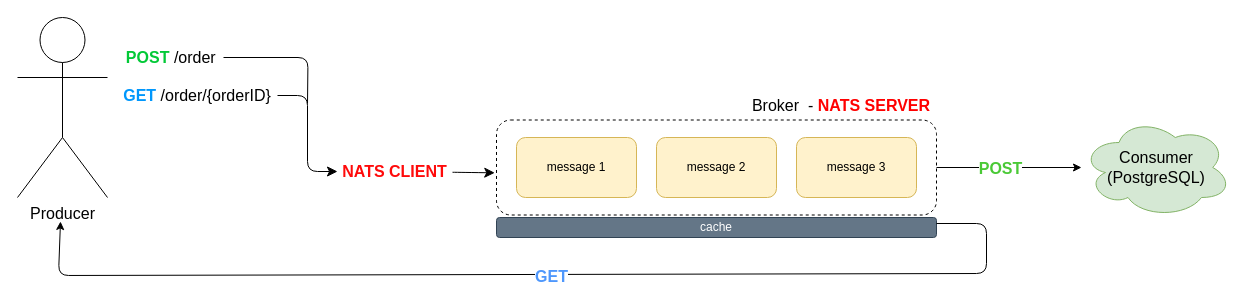
Above: docs/schema.drawio in sonochiwa/wb-level-0 (draw.io), before the change. Source tidied: cells renumbered, new cells numbered last; positions are measured from the earlier drawing's top-left corner, leaving out a move shared by most shapes. Both pictures are drawn from the tidied source at 100%, with x=0, y=0 at pixel (17, 17).
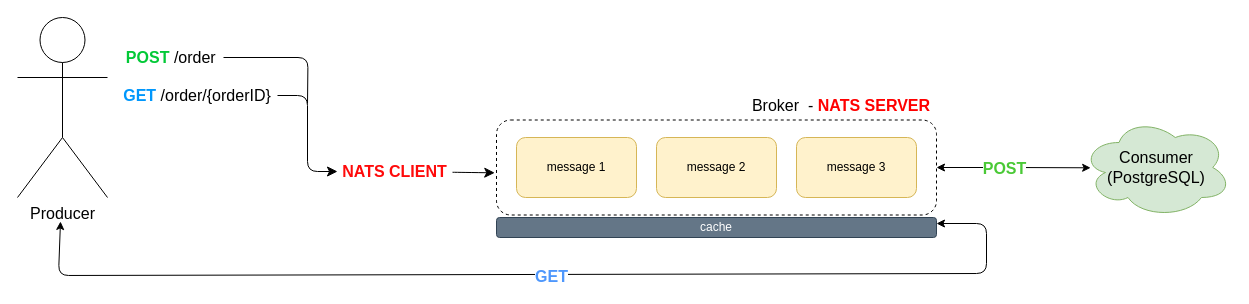
After the change.

The change refers to these unchanged cells:
```xml
<mxCell id="10" style="rounded=1;whiteSpace=wrap;html=1;glass=0;fillColor=none;dashed=1;" parent="1" vertex="1">
  <mxGeometry x="479" y="102.5" width="440" height="95" as="geometry" />
</mxCell>
<mxCell id="11" value="&lt;font style=&quot;font-size: 16px;&quot;&gt;Consumer&lt;br&gt;(PostgreSQL)&lt;/font&gt;" style="ellipse;shape=cloud;whiteSpace=wrap;html=1;fillColor=#d5e8d4;strokeColor=#82b366;" parent="1" vertex="1">
  <mxGeometry x="1064" y="100" width="150" height="100" as="geometry" />
</mxCell>
```

What changed in the source:
```diff
@@
-    <mxCell id="8" style="edgeStyle=orthogonalEdgeStyle;rounded=0;jettySize=auto;html=1;jumpSize=25;startSize=9;" parent="1" edge="1" source="10" target="11">
+    <mxCell id="8" style="edgeStyle=orthogonalEdgeStyle;rounded=0;jettySize=auto;html=1;jumpSize=4;startSize=6;startArrow=classic;startFill=1;entryX=0.061;entryY=0.503;entryDx=0;entryDy=0;entryPerimeter=0;" parent="1" edge="1" source="10" target="11">
       <mxGeometry relative="1" as="geometry" />
     </mxCell>
@@
-    <mxCell id="14" style="endArrow=classic;html=1;rounded=1;exitX=1;exitY=0.5;exitDx=0;exitDy=0;" parent="1" edge="1">
+    <mxCell id="14" style="endArrow=classic;html=1;rounded=1;exitX=1;exitY=0.5;exitDx=0;exitDy=0;startArrow=classic;startFill=1;" parent="1" edge="1">
       <mxGeometry relative="1" as="geometry">
         <mxPoint x="919" y="206" as="sourcePoint" />
         <mxPoint x="43" y="204" as="targetPoint" />
         <Array as="points">
           <mxPoint x="969" y="206" />
           <mxPoint x="969" y="256" />
           <mxPoint x="41" y="258" />
         </Array>
       </mxGeometry>
     </mxCell>
```
